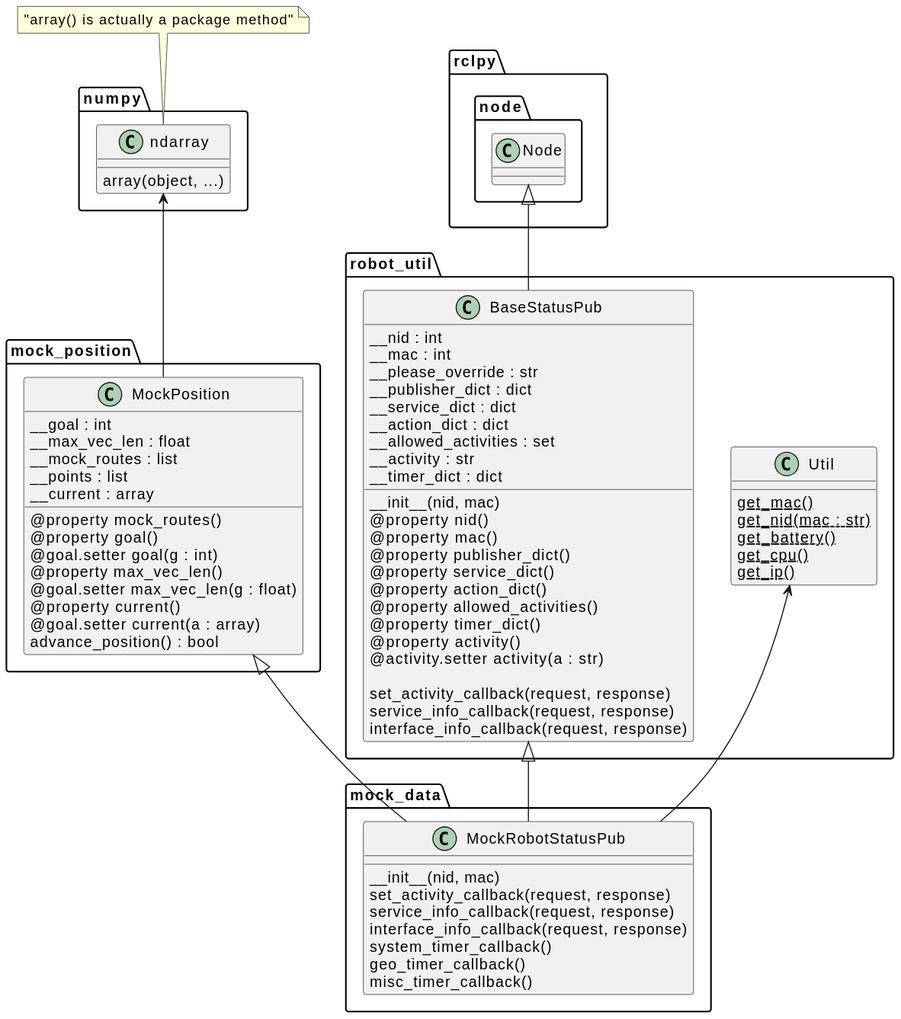
Before: Dokumentation/mock_robot_class diagram.svg, a diagram exported from PlantUML (Nilssteingraeber/SolarSwarmNetworks).
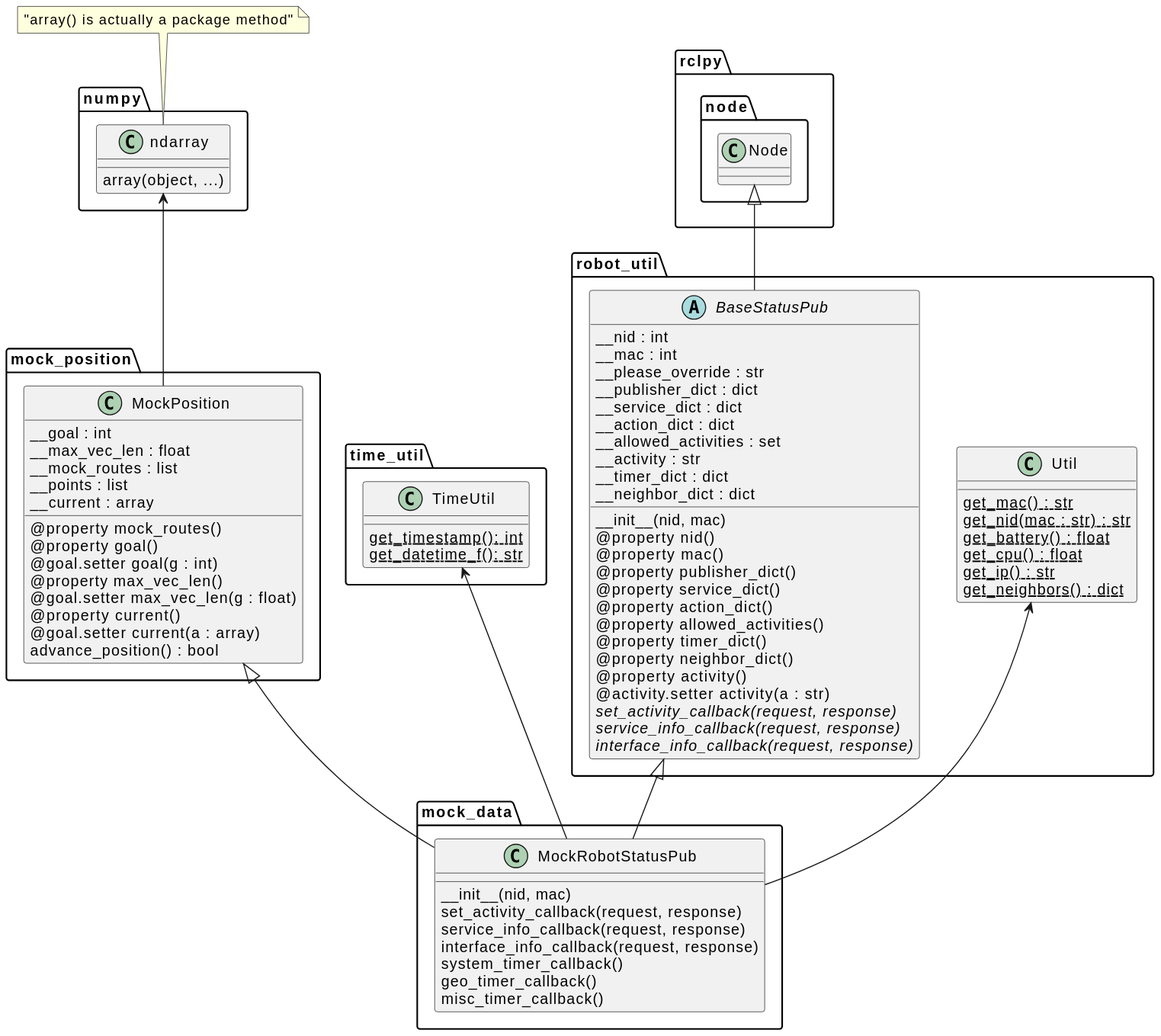
The same file after the commit.

Commit message:
mock_robot v0.10.0, sw_robot v0.5.0 und custom_interfaces v0.3.0 inklusive Diagramme

The edit, as a diff of the source:
```diff
@@ -3,8 +3,15 @@
   class Node
 }
 
+package "time_util" {
+  class TimeUtil {
+    {static} get_timestamp(): int
+    {static} get_datetime_f(): str
+  }
+}
+
 package "robot_util" {
-  class BaseStatusPub {
+  abstract class BaseStatusPub {
   __init__(nid, mac)
   __nid : int
   __mac : int
@@ -15,6 +22,7 @@
   __allowed_activities : set
   __activity : str
   __timer_dict : dict
+  __neighbor_dict : dict
 
   @property nid()
   @property mac()
@@ -23,20 +31,21 @@
   @property action_dict()
   @property allowed_activities()
   @property timer_dict()
+  @property neighbor_dict()
   @property activity()
   @activity.setter activity(a : str)
-
-  set_activity_callback(request, response)
-  service_info_callback(request, response)
-  interface_info_callback(request, response)
+  {abstract} set_activity_callback(request, response)
+  {abstract} service_info_callback(request, response)
+  {abstract} interface_info_callback(request, response)
   }
 
   class Util {
-    {static} get_mac()
-    {static} get_nid(mac : str)
-    {static} get_battery()
-    {static} get_cpu()
-    {static} get_ip()
+    {static} get_mac() : str
+    {static} get_nid(mac : str) : str
+    {static} get_battery() : float
+    {static} get_cpu() : float
+    {static} get_ip() : str
+    {static} get_neighbors() : dict
   }
 }
 
@@ -82,5 +91,6 @@
 BaseStatusPub <|-- MockRobotStatusPub
 Util <-- MockRobotStatusPub
 MockPosition <|-- MockRobotStatusPub
+TimeUtil <-- MockRobotStatusPub
 ndarray <-- MockPosition
 @enduml
```
